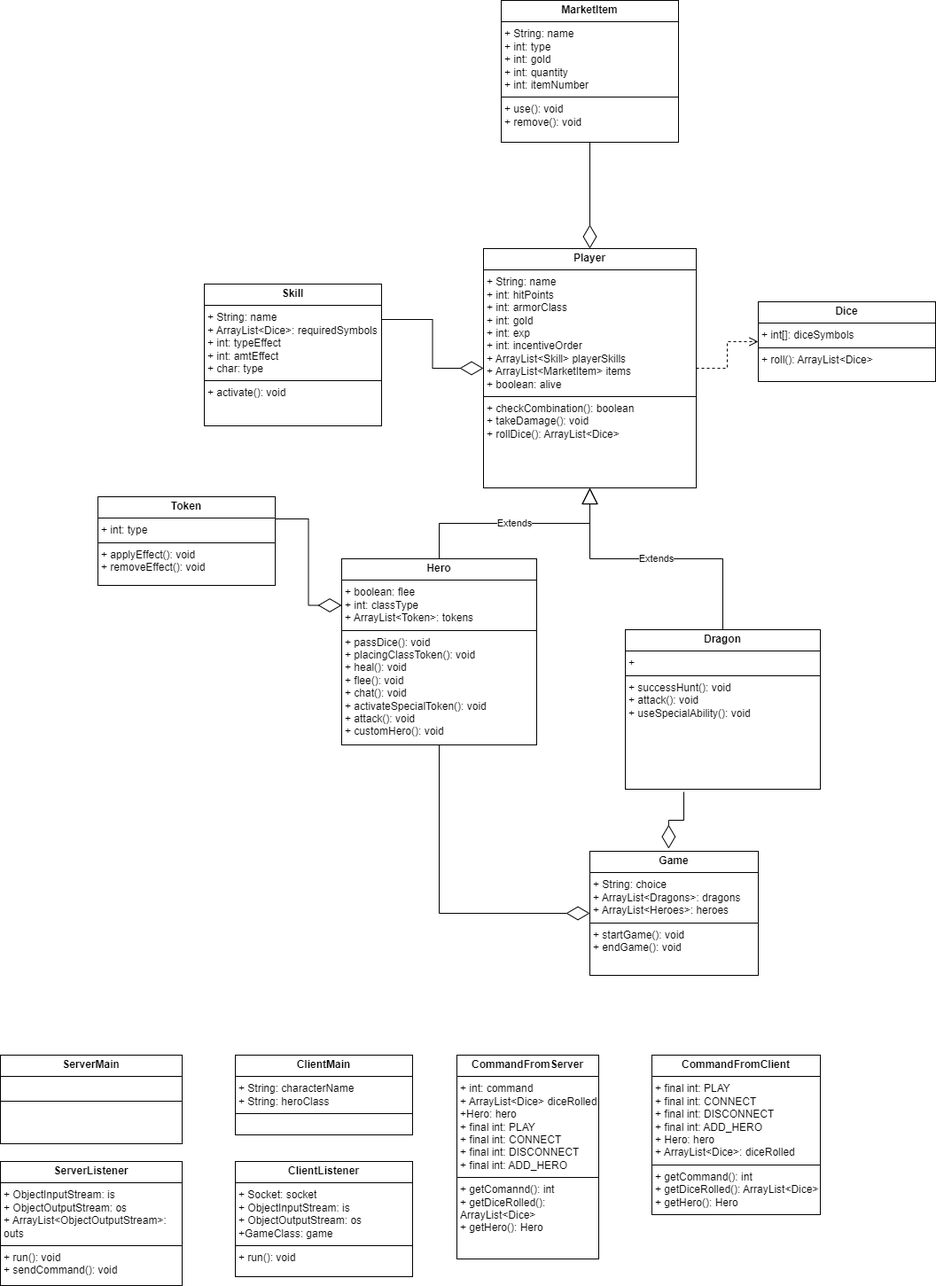
Earlier version of the draw.io export UML Diagram/Dice and Dragons UML Diagram.drawio.png (tanvi-b/Dice_Dragons_New). Source tidied: cells renumbered, new cells last; positions are measured from the earlier drawing's top-left corner, leaving out a move shared by most shapes.
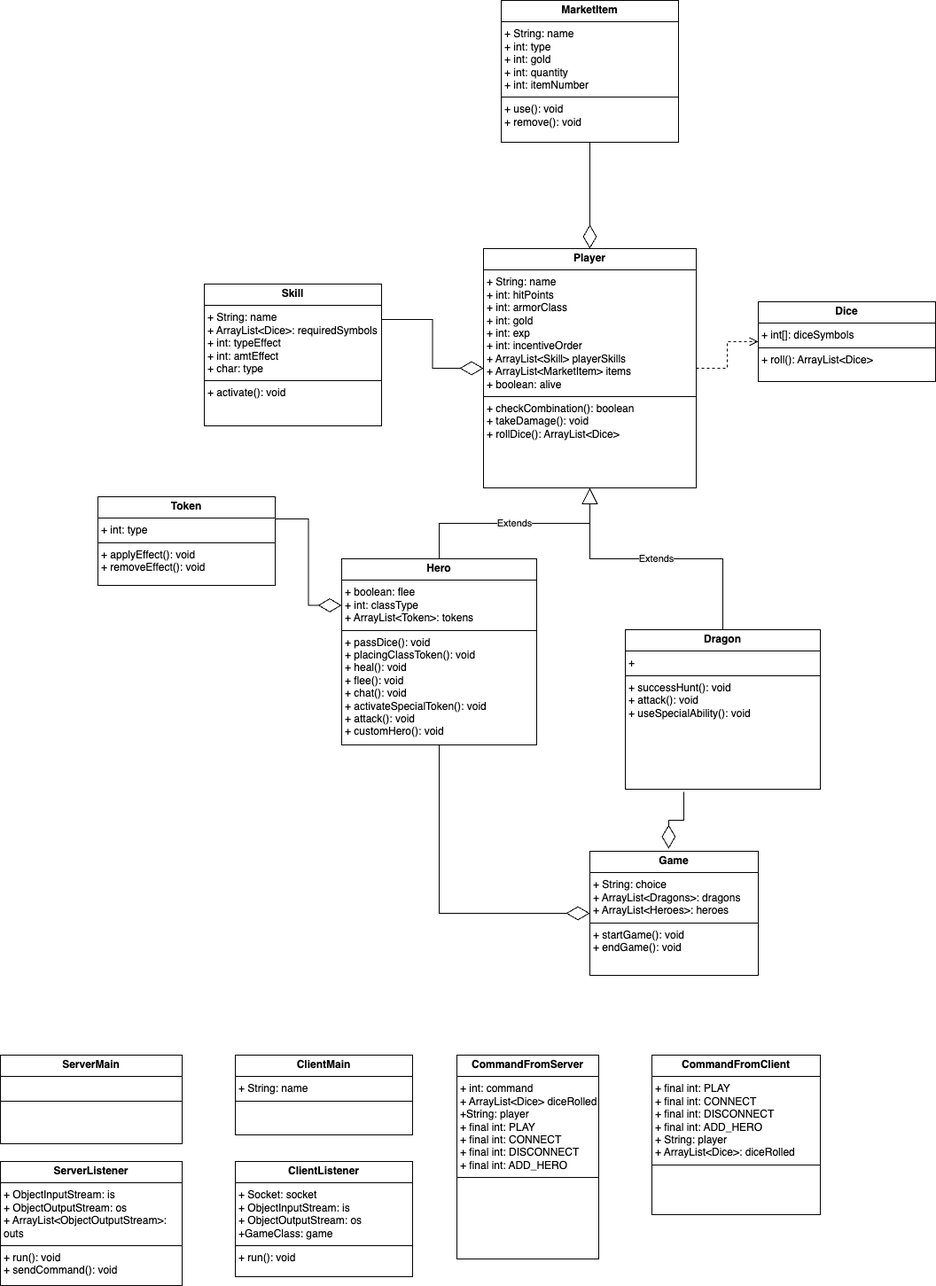
The same diagram one commit later.

The edit, as a diff of the source:
```diff
@@ -14,7 +14,7 @@
     <mxCell id="5" value="&lt;p style=&quot;margin:0px;margin-top:4px;text-align:center;&quot;&gt;&lt;b&gt;ServerMain&lt;/b&gt;&lt;/p&gt;&lt;hr size=&quot;1&quot; style=&quot;border-style:solid;&quot;&gt;&lt;p style=&quot;margin:0px;margin-left:4px;&quot;&gt;&lt;br&gt;&lt;/p&gt;&lt;hr size=&quot;1&quot; style=&quot;border-style:solid;&quot;&gt;&lt;p style=&quot;margin:0px;margin-left:4px;&quot;&gt;&lt;br&gt;&lt;/p&gt;" style="verticalAlign=top;align=left;overflow=fill;html=1;whiteSpace=wrap;" parent="1" vertex="1">
       <mxGeometry y="1190" width="205" height="100" as="geometry" />
     </mxCell>
-    <mxCell id="6" value="&lt;p style=&quot;margin:0px;margin-top:4px;text-align:center;&quot;&gt;&lt;b&gt;ClientMain&lt;/b&gt;&lt;/p&gt;&lt;hr size=&quot;1&quot; style=&quot;border-style:solid;&quot;&gt;&lt;p style=&quot;margin:0px;margin-left:4px;&quot;&gt;+ String: characterName&lt;/p&gt;&lt;p style=&quot;margin:0px;margin-left:4px;&quot;&gt;+ String: heroClass&lt;/p&gt;&lt;hr size=&quot;1&quot; style=&quot;border-style:solid;&quot;&gt;&lt;p style=&quot;margin:0px;margin-left:4px;&quot;&gt;&lt;br&gt;&lt;/p&gt;" style="verticalAlign=top;align=left;overflow=fill;html=1;whiteSpace=wrap;" parent="1" vertex="1">
+    <mxCell id="6" value="&lt;p style=&quot;margin:0px;margin-top:4px;text-align:center;&quot;&gt;&lt;b&gt;ClientMain&lt;/b&gt;&lt;/p&gt;&lt;hr size=&quot;1&quot; style=&quot;border-style:solid;&quot;&gt;&lt;p style=&quot;margin:0px;margin-left:4px;&quot;&gt;+ String: name&lt;/p&gt;&lt;hr size=&quot;1&quot; style=&quot;border-style:solid;&quot;&gt;&lt;p style=&quot;margin:0px;margin-left:4px;&quot;&gt;&lt;br&gt;&lt;/p&gt;" style="verticalAlign=top;align=left;overflow=fill;html=1;whiteSpace=wrap;" parent="1" vertex="1">
       <mxGeometry x="265" y="1190" width="200" height="90" as="geometry" />
     </mxCell>
     <mxCell id="7" value="&lt;p style=&quot;margin:0px;margin-top:4px;text-align:center;&quot;&gt;&lt;b&gt;Player&lt;/b&gt;&lt;/p&gt;&lt;hr size=&quot;1&quot; style=&quot;border-style:solid;&quot;&gt;&lt;p style=&quot;margin:0px;margin-left:4px;&quot;&gt;+ String: name&lt;/p&gt;&lt;p style=&quot;margin:0px;margin-left:4px;&quot;&gt;+ int: hitPoints&lt;/p&gt;&lt;p style=&quot;margin:0px;margin-left:4px;&quot;&gt;+ int: armorClass&lt;/p&gt;&lt;p style=&quot;margin:0px;margin-left:4px;&quot;&gt;+ int: gold&lt;/p&gt;&lt;p style=&quot;margin:0px;margin-left:4px;&quot;&gt;+ int: exp&lt;/p&gt;&lt;p style=&quot;margin:0px;margin-left:4px;&quot;&gt;+ int: incentiveOrder&lt;/p&gt;&lt;p style=&quot;margin:0px;margin-left:4px;&quot;&gt;+ ArrayList&amp;lt;Skill&amp;gt; playerSkills&lt;/p&gt;&lt;p style=&quot;margin:0px;margin-left:4px;&quot;&gt;+ ArrayList&amp;lt;MarketItem&amp;gt; items&lt;/p&gt;&lt;p style=&quot;margin:0px;margin-left:4px;&quot;&gt;+ boolean: alive&lt;/p&gt;&lt;hr size=&quot;1&quot; style=&quot;border-style:solid;&quot;&gt;&lt;p style=&quot;margin:0px;margin-left:4px;&quot;&gt;&lt;span style=&quot;background-color: initial;&quot;&gt;+ checkCombination(): boolean&lt;/span&gt;&lt;br&gt;&lt;/p&gt;&lt;p style=&quot;margin:0px;margin-left:4px;&quot;&gt;+ takeDamage(): void&lt;/p&gt;&lt;p style=&quot;margin:0px;margin-left:4px;&quot;&gt;+ rollDice(): ArrayList&amp;lt;Dice&amp;gt;&lt;/p&gt;&lt;p style=&quot;margin:0px;margin-left:4px;&quot;&gt;&lt;br&gt;&lt;/p&gt;&lt;p style=&quot;margin:0px;margin-left:4px;&quot;&gt;&lt;br&gt;&lt;/p&gt;" style="verticalAlign=top;align=left;overflow=fill;html=1;whiteSpace=wrap;" parent="1" vertex="1">
@@ -32,10 +32,10 @@
     <mxCell id="11" value="&lt;p style=&quot;margin:0px;margin-top:4px;text-align:center;&quot;&gt;&lt;b&gt;Hero&lt;/b&gt;&lt;/p&gt;&lt;hr size=&quot;1&quot; style=&quot;border-style:solid;&quot;&gt;&lt;p style=&quot;margin:0px;margin-left:4px;&quot;&gt;&lt;span style=&quot;background-color: initial;&quot;&gt;+ boolean: flee&lt;/span&gt;&lt;br&gt;&lt;/p&gt;&lt;p style=&quot;margin:0px;margin-left:4px;&quot;&gt;&lt;span style=&quot;background-color: initial;&quot;&gt;+ int: classType&lt;/span&gt;&lt;/p&gt;&lt;p style=&quot;margin:0px;margin-left:4px;&quot;&gt;&lt;span style=&quot;background-color: initial;&quot;&gt;+ ArrayList&amp;lt;Token&amp;gt;: tokens&lt;/span&gt;&lt;/p&gt;&lt;hr size=&quot;1&quot; style=&quot;border-style:solid;&quot;&gt;&lt;p style=&quot;margin:0px;margin-left:4px;&quot;&gt;+ passDice(): void&lt;/p&gt;&lt;p style=&quot;margin:0px;margin-left:4px;&quot;&gt;+ placingClassToken(): void&lt;/p&gt;&lt;p style=&quot;margin:0px;margin-left:4px;&quot;&gt;+ heal(): void&lt;/p&gt;&lt;p style=&quot;margin:0px;margin-left:4px;&quot;&gt;+ flee(): void&lt;/p&gt;&lt;p style=&quot;margin:0px;margin-left:4px;&quot;&gt;+ chat(): void&lt;/p&gt;&lt;p style=&quot;margin:0px;margin-left:4px;&quot;&gt;+ activateSpecialToken(): void&lt;/p&gt;&lt;p style=&quot;margin:0px;margin-left:4px;&quot;&gt;+ attack(): void&lt;/p&gt;&lt;p style=&quot;margin:0px;margin-left:4px;&quot;&gt;+ customHero(): void&lt;/p&gt;" style="verticalAlign=top;align=left;overflow=fill;html=1;whiteSpace=wrap;" parent="1" vertex="1">
       <mxGeometry x="385" y="630" width="220" height="210" as="geometry" />
     </mxCell>
-    <mxCell id="12" value="&lt;p style=&quot;margin:0px;margin-top:4px;text-align:center;&quot;&gt;&lt;b&gt;CommandFromServer&lt;/b&gt;&lt;/p&gt;&lt;hr size=&quot;1&quot; style=&quot;border-style:solid;&quot;&gt;&lt;p style=&quot;margin:0px;margin-left:4px;&quot;&gt;+ int: command&lt;br&gt;&lt;/p&gt;&lt;p style=&quot;margin:0px;margin-left:4px;&quot;&gt;+ ArrayList&amp;lt;Dice&amp;gt; diceRolled&lt;/p&gt;&lt;p style=&quot;margin:0px;margin-left:4px;&quot;&gt;+Hero: hero&lt;/p&gt;&lt;p style=&quot;margin:0px;margin-left:4px;&quot;&gt;+ final int: PLAY&lt;/p&gt;&lt;p style=&quot;margin:0px;margin-left:4px;&quot;&gt;+ final int: CONNECT&lt;/p&gt;&lt;p style=&quot;margin:0px;margin-left:4px;&quot;&gt;+ final int: DISCONNECT&lt;br&gt;&lt;/p&gt;&lt;p style=&quot;margin:0px;margin-left:4px;&quot;&gt;+ final int: ADD_HERO&lt;/p&gt;&lt;hr size=&quot;1&quot; style=&quot;border-style:solid;&quot;&gt;&lt;p style=&quot;margin:0px;margin-left:4px;&quot;&gt;+ getComannd(): int&lt;/p&gt;&lt;p style=&quot;margin:0px;margin-left:4px;&quot;&gt;+ getDiceRolled(): ArrayList&amp;lt;Dice&amp;gt;&lt;/p&gt;&lt;p style=&quot;margin:0px;margin-left:4px;&quot;&gt;+ getHero(): Hero&lt;/p&gt;" style="verticalAlign=top;align=left;overflow=fill;html=1;whiteSpace=wrap;" parent="1" vertex="1">
+    <mxCell id="12" value="&lt;p style=&quot;margin:0px;margin-top:4px;text-align:center;&quot;&gt;&lt;b&gt;CommandFromServer&lt;/b&gt;&lt;/p&gt;&lt;hr size=&quot;1&quot; style=&quot;border-style:solid;&quot;&gt;&lt;p style=&quot;margin:0px;margin-left:4px;&quot;&gt;+ int: command&lt;br&gt;&lt;/p&gt;&lt;p style=&quot;margin:0px;margin-left:4px;&quot;&gt;+ ArrayList&amp;lt;Dice&amp;gt; diceRolled&lt;/p&gt;&lt;p style=&quot;margin:0px;margin-left:4px;&quot;&gt;+String: player&lt;/p&gt;&lt;p style=&quot;margin:0px;margin-left:4px;&quot;&gt;+ final int: PLAY&lt;/p&gt;&lt;p style=&quot;margin:0px;margin-left:4px;&quot;&gt;+ final int: CONNECT&lt;/p&gt;&lt;p style=&quot;margin:0px;margin-left:4px;&quot;&gt;+ final int: DISCONNECT&lt;br&gt;&lt;/p&gt;&lt;p style=&quot;margin:0px;margin-left:4px;&quot;&gt;+ final int: ADD_HERO&lt;/p&gt;&lt;hr size=&quot;1&quot; style=&quot;border-style:solid;&quot;&gt;&lt;p style=&quot;margin:0px;margin-left:4px;&quot;&gt;&lt;br&gt;&lt;/p&gt;" style="verticalAlign=top;align=left;overflow=fill;html=1;whiteSpace=wrap;" parent="1" vertex="1">
       <mxGeometry x="515" y="1190" width="160" height="230" as="geometry" />
     </mxCell>
-    <mxCell id="13" value="&lt;p style=&quot;margin:0px;margin-top:4px;text-align:center;&quot;&gt;&lt;b&gt;CommandFromClient&lt;/b&gt;&lt;/p&gt;&lt;hr size=&quot;1&quot; style=&quot;border-style:solid;&quot;&gt;&lt;p style=&quot;margin:0px;margin-left:4px;&quot;&gt;+&amp;nbsp;&lt;span style=&quot;background-color: initial;&quot;&gt;final int: PLAY&lt;/span&gt;&lt;/p&gt;&lt;p style=&quot;margin: 0px 0px 0px 4px;&quot;&gt;+ final int: CONNECT&lt;/p&gt;&lt;p style=&quot;margin: 0px 0px 0px 4px;&quot;&gt;+ final int: DISCONNECT&lt;br&gt;&lt;/p&gt;&lt;p style=&quot;margin: 0px 0px 0px 4px;&quot;&gt;+ final int: ADD_HERO&lt;/p&gt;&lt;p style=&quot;margin:0px;margin-left:4px;&quot;&gt;+ Hero: hero&lt;/p&gt;&lt;p style=&quot;margin:0px;margin-left:4px;&quot;&gt;+ ArrayList&amp;lt;Dice&amp;gt;: diceRolled&lt;/p&gt;&lt;hr size=&quot;1&quot; style=&quot;border-style:solid;&quot;&gt;&lt;p style=&quot;margin:0px;margin-left:4px;&quot;&gt;+ getCommand(): int&lt;/p&gt;&lt;p style=&quot;margin:0px;margin-left:4px;&quot;&gt;+ getDiceRolled(): ArrayList&amp;lt;Dice&amp;gt;&lt;/p&gt;&lt;p style=&quot;margin:0px;margin-left:4px;&quot;&gt;+ getHero(): Hero&lt;/p&gt;" style="verticalAlign=top;align=left;overflow=fill;html=1;whiteSpace=wrap;" parent="1" vertex="1">
+    <mxCell id="13" value="&lt;p style=&quot;margin:0px;margin-top:4px;text-align:center;&quot;&gt;&lt;b&gt;CommandFromClient&lt;/b&gt;&lt;/p&gt;&lt;hr size=&quot;1&quot; style=&quot;border-style:solid;&quot;&gt;&lt;p style=&quot;margin:0px;margin-left:4px;&quot;&gt;+&amp;nbsp;&lt;span style=&quot;background-color: initial;&quot;&gt;final int: PLAY&lt;/span&gt;&lt;/p&gt;&lt;p style=&quot;margin: 0px 0px 0px 4px;&quot;&gt;+ final int: CONNECT&lt;/p&gt;&lt;p style=&quot;margin: 0px 0px 0px 4px;&quot;&gt;+ final int: DISCONNECT&lt;br&gt;&lt;/p&gt;&lt;p style=&quot;margin: 0px 0px 0px 4px;&quot;&gt;+ final int: ADD_HERO&lt;/p&gt;&lt;p style=&quot;margin:0px;margin-left:4px;&quot;&gt;+ String: player&lt;/p&gt;&lt;p style=&quot;margin:0px;margin-left:4px;&quot;&gt;+ ArrayList&amp;lt;Dice&amp;gt;: diceRolled&lt;/p&gt;&lt;hr size=&quot;1&quot; style=&quot;border-style:solid;&quot;&gt;&lt;p style=&quot;margin:0px;margin-left:4px;&quot;&gt;&lt;br&gt;&lt;/p&gt;" style="verticalAlign=top;align=left;overflow=fill;html=1;whiteSpace=wrap;" parent="1" vertex="1">
       <mxGeometry x="735" y="1190" width="190" height="180" as="geometry" />
     </mxCell>
     <mxCell id="14" value="&lt;p style=&quot;margin:0px;margin-top:4px;text-align:center;&quot;&gt;&lt;b&gt;ServerListener&lt;/b&gt;&lt;/p&gt;&lt;hr size=&quot;1&quot; style=&quot;border-style:solid;&quot;&gt;&lt;p style=&quot;margin:0px;margin-left:4px;&quot;&gt;+ ObjectInputStream: is&lt;br&gt;&lt;/p&gt;&lt;p style=&quot;margin:0px;margin-left:4px;&quot;&gt;+ ObjectOutputStream: os&lt;/p&gt;&lt;p style=&quot;margin:0px;margin-left:4px;&quot;&gt;+ ArrayList&amp;lt;ObjectOutputStream&amp;gt;: outs&lt;/p&gt;&lt;hr size=&quot;1&quot; style=&quot;border-style:solid;&quot;&gt;&lt;p style=&quot;margin:0px;margin-left:4px;&quot;&gt;+ run(): void&lt;/p&gt;&lt;p style=&quot;margin:0px;margin-left:4px;&quot;&gt;+ sendCommand(): void&lt;/p&gt;" style="verticalAlign=top;align=left;overflow=fill;html=1;whiteSpace=wrap;" parent="1" vertex="1">
```
